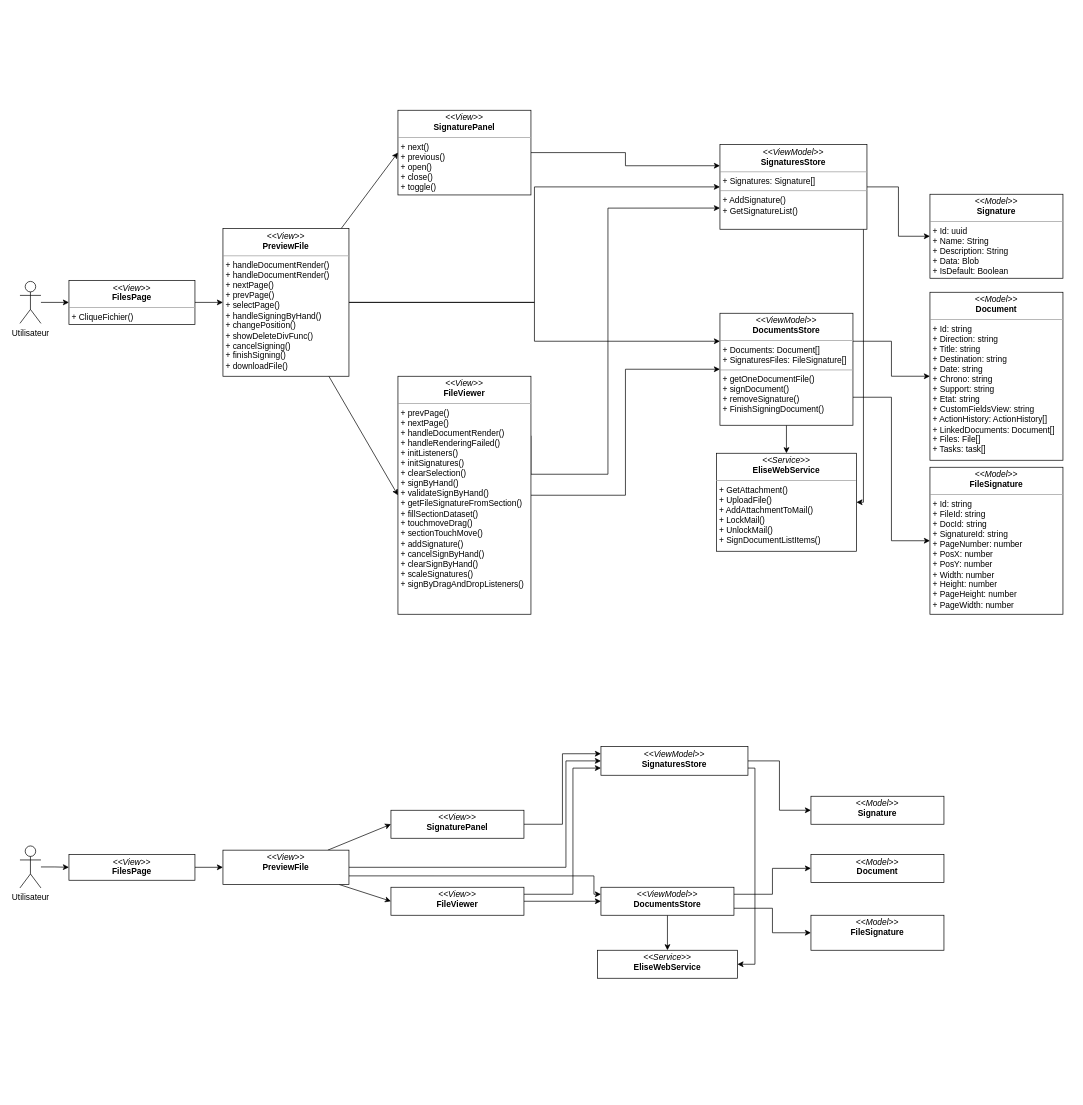
Before: dcpSprint4.drawio in PFE-Neoledge-2023/rapport, a draw.io diagram. Source tidied: cells renumbered, new cells numbered last; positions are measured from the earlier drawing's top-left corner, leaving out a move shared by most shapes. Both pictures are drawn from the tidied source at 70%, with x=0, y=0 at pixel (20, 110).
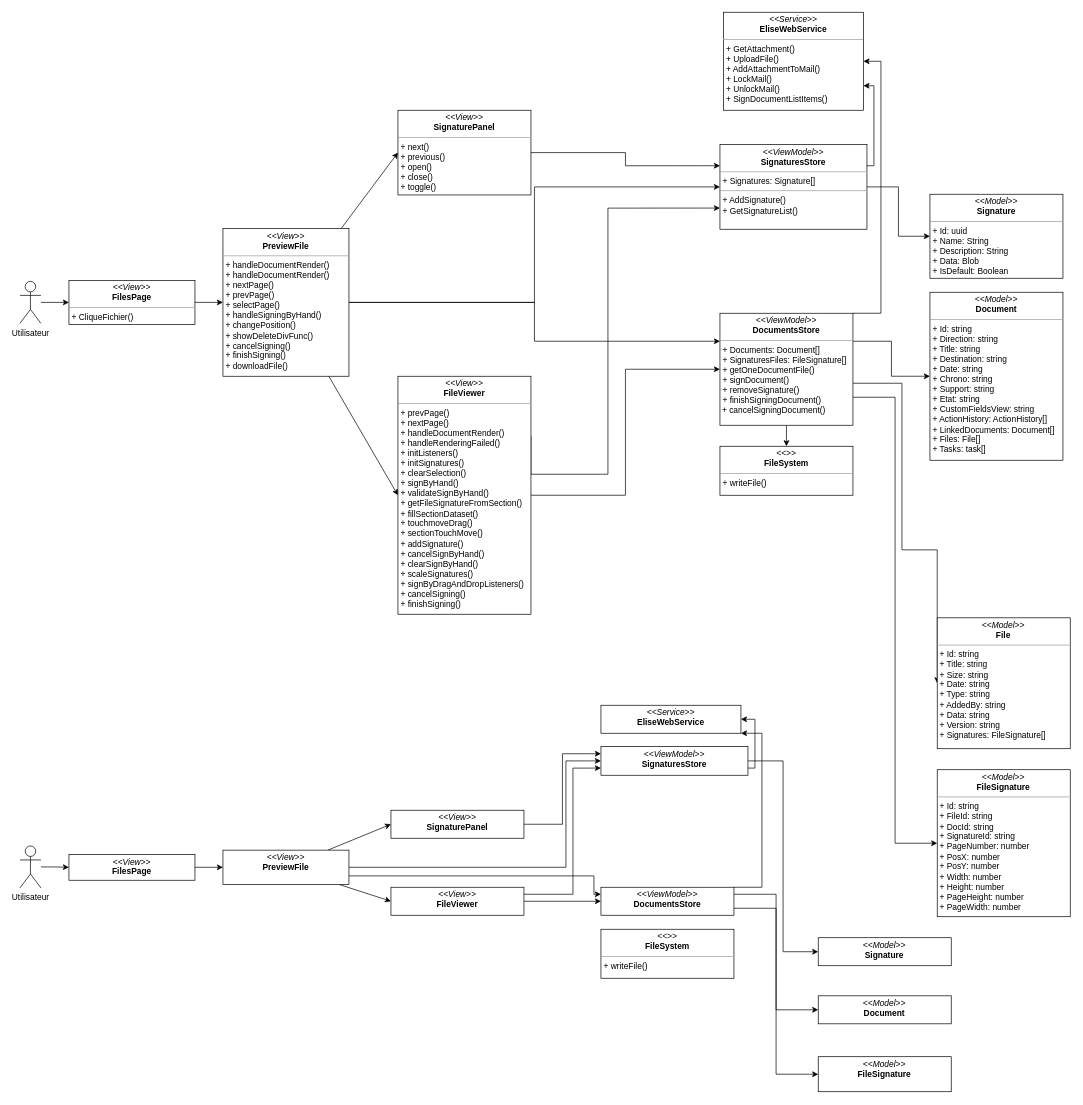
The same diagram, later.

Unchanged cells that the change refers to:
```xml
<mxCell id="24" value="&lt;p style=&quot;margin:0px;margin-top:4px;text-align:center;&quot;&gt;&lt;i&gt;&amp;lt;&amp;lt;ViewModel&amp;gt;&amp;gt;&lt;/i&gt;&lt;br&gt;&lt;b&gt;SignaturesStore&lt;/b&gt;&lt;/p&gt;&lt;hr size=&quot;1&quot;&gt;&lt;p style=&quot;margin:0px;margin-left:4px;&quot;&gt;+ Signatures: Signature[]&lt;/p&gt;&lt;hr size=&quot;1&quot;&gt;&lt;p style=&quot;margin:0px;margin-left:4px;&quot;&gt;+ A&lt;span style=&quot;background-color: initial;&quot;&gt;ddSignature()&lt;/span&gt;&lt;/p&gt;&lt;p style=&quot;margin:0px;margin-left:4px;&quot;&gt;&lt;span style=&quot;background-color: initial;&quot;&gt;+ GetSignatureList()&lt;/span&gt;&lt;br&gt;&lt;/p&gt;&lt;p style=&quot;margin:0px;margin-left:4px;&quot;&gt;&lt;br&gt;&lt;/p&gt;" style="verticalAlign=top;align=left;overflow=fill;fontSize=12;fontFamily=Helvetica;html=1;whiteSpace=wrap;" parent="1" vertex="1">
  <mxGeometry x="1000" y="49" width="210" height="121" as="geometry" />
</mxCell>
<mxCell id="34" value="&lt;p style=&quot;margin:0px;margin-top:4px;text-align:center;&quot;&gt;&lt;i&gt;&amp;lt;&amp;lt;ViewModel&amp;gt;&amp;gt;&lt;/i&gt;&lt;br&gt;&lt;b&gt;DocumentsStore&lt;/b&gt;&lt;/p&gt;&lt;div&gt;&lt;br&gt;&lt;/div&gt;" style="verticalAlign=top;align=left;overflow=fill;fontSize=12;fontFamily=Helvetica;html=1;whiteSpace=wrap;" parent="1" vertex="1">
  <mxGeometry x="830" y="1110" width="190" height="40" as="geometry" />
</mxCell>
```

Change to the diagram source:
```diff
@@
+    <mxCell id="52" style="edgeStyle=orthogonalEdgeStyle;html=1;entryX=0;entryY=0.5;entryDx=0;entryDy=0;rounded=0;" parent="1" edge="1" source="9" target="54">
+      <mxGeometry relative="1" as="geometry">
+        <Array as="points">
+          <mxPoint x="1260" y="390" />
+          <mxPoint x="1260" y="628" />
+        </Array>
+      </mxGeometry>
+    </mxCell>
-    <mxCell id="8" style="edgeStyle=orthogonalEdgeStyle;rounded=0;html=1;entryX=0.5;entryY=0;entryDx=0;entryDy=0;" parent="1" edge="1" source="9" target="26">
-      <mxGeometry relative="1" as="geometry" />
+    <mxCell id="8" style="edgeStyle=orthogonalEdgeStyle;rounded=0;html=1;exitX=1;exitY=0;exitDx=0;exitDy=0;entryX=1;entryY=0.5;entryDx=0;entryDy=0;" parent="1" edge="1" source="9" target="26">
+      <mxGeometry relative="1" as="geometry">
+        <Array as="points">
+          <mxPoint x="1230" y="290" />
+          <mxPoint x="1230" y="-70" />
+        </Array>
+      </mxGeometry>
     </mxCell>
+    <mxCell id="53" style="edgeStyle=orthogonalEdgeStyle;rounded=0;html=1;exitX=0.5;exitY=1;exitDx=0;exitDy=0;entryX=0.5;entryY=0;entryDx=0;entryDy=0;" parent="1" edge="1" source="9" target="55">
+      <mxGeometry relative="1" as="geometry" />
+    </mxCell>
-    <mxCell id="9" value="&lt;p style=&quot;margin:0px;margin-top:4px;text-align:center;&quot;&gt;&lt;i&gt;&amp;lt;&amp;lt;ViewModel&amp;gt;&amp;gt;&lt;/i&gt;&lt;br&gt;&lt;b&gt;DocumentsStore&lt;/b&gt;&lt;/p&gt;&lt;hr size=&quot;1&quot;&gt;&lt;p style=&quot;margin:0px;margin-left:4px;&quot;&gt;&lt;span style=&quot;background-color: initial;&quot;&gt;+ Documents: Document[]&lt;/span&gt;&lt;/p&gt;&lt;p style=&quot;margin:0px;margin-left:4px;&quot;&gt;&lt;span style=&quot;background-color: initial;&quot;&gt;+ SignaturesFiles: FileSignature[]&lt;/span&gt;&lt;/p&gt;&lt;hr size=&quot;1&quot;&gt;&lt;p style=&quot;margin:0px;margin-left:4px;&quot;&gt;+&amp;nbsp;&lt;span style=&quot;background-color: initial;&quot;&gt;getOneDocumentFile()&lt;/span&gt;&lt;/p&gt;&lt;p style=&quot;margin:0px;margin-left:4px;&quot;&gt;+ signDocument()&lt;/p&gt;&lt;p style=&quot;margin:0px;margin-left:4px;&quot;&gt;+ removeSignature()&lt;/p&gt;&lt;p style=&quot;margin:0px;margin-left:4px;&quot;&gt;+ FinishSigningDocument()&lt;br&gt;&lt;/p&gt;&lt;div&gt;&lt;br&gt;&lt;/div&gt;" style="verticalAlign=top;align=left;overflow=fill;fontSize=12;fontFamily=Helvetica;html=1;whiteSpace=wrap;" parent="1" vertex="1">
+    <mxCell id="9" value="&lt;p style=&quot;margin:0px;margin-top:4px;text-align:center;&quot;&gt;&lt;i&gt;&amp;lt;&amp;lt;ViewModel&amp;gt;&amp;gt;&lt;/i&gt;&lt;br&gt;&lt;b&gt;DocumentsStore&lt;/b&gt;&lt;/p&gt;&lt;hr size=&quot;1&quot;&gt;&lt;p style=&quot;margin:0px;margin-left:4px;&quot;&gt;&lt;span style=&quot;background-color: initial;&quot;&gt;+ Documents: Document[]&lt;/span&gt;&lt;/p&gt;&lt;p style=&quot;margin:0px;margin-left:4px;&quot;&gt;&lt;span style=&quot;background-color: initial;&quot;&gt;+ SignaturesFiles: FileSignature[]&lt;/span&gt;&lt;/p&gt;&lt;p style=&quot;margin:0px;margin-left:4px;&quot;&gt;+&amp;nbsp;&lt;span style=&quot;background-color: initial;&quot;&gt;getOneDocumentFile()&lt;/span&gt;&lt;/p&gt;&lt;p style=&quot;margin:0px;margin-left:4px;&quot;&gt;+ signDocument()&lt;/p&gt;&lt;p style=&quot;margin:0px;margin-left:4px;&quot;&gt;+ removeSignature()&lt;/p&gt;&lt;p style=&quot;margin:0px;margin-left:4px;&quot;&gt;+ finishSigningDocument()&lt;br&gt;&lt;/p&gt;&lt;div&gt;&amp;nbsp;+ cancelSigningDocument()&lt;br&gt;&lt;/div&gt;&lt;div&gt;&lt;br&gt;&lt;/div&gt;" style="verticalAlign=top;align=left;overflow=fill;fontSize=12;fontFamily=Helvetica;html=1;whiteSpace=wrap;" parent="1" vertex="1">
       <mxGeometry x="1000" y="290" width="190" height="160" as="geometry" />
     </mxCell>
@@
-    <mxCell id="18" value="&lt;p style=&quot;margin:0px;margin-top:4px;text-align:center;&quot;&gt;&lt;i&gt;&amp;lt;&amp;lt;View&amp;gt;&amp;gt;&lt;/i&gt;&lt;br&gt;&lt;b&gt;FileViewer&lt;/b&gt;&lt;/p&gt;&lt;hr style=&quot;border-color: var(--border-color);&quot; size=&quot;1&quot;&gt;&lt;p style=&quot;border-color: var(--border-color); margin: 0px 0px 0px 4px;&quot;&gt;&lt;span style=&quot;background-color: initial;&quot;&gt;+ prevPage()&lt;/span&gt;&lt;br&gt;&lt;/p&gt;&lt;p style=&quot;border-color: var(--border-color); margin: 0px 0px 0px 4px;&quot;&gt;+ nextPage()&lt;/p&gt;&lt;p style=&quot;border-color: var(--border-color); margin: 0px 0px 0px 4px;&quot;&gt;+ handleDocumentRender()&lt;/p&gt;&lt;p style=&quot;border-color: var(--border-color); margin: 0px 0px 0px 4px;&quot;&gt;+ handleRenderingFailed()&lt;/p&gt;&lt;p style=&quot;border-color: var(--border-color); margin: 0px 0px 0px 4px;&quot;&gt;+ initListeners()&lt;/p&gt;&lt;p style=&quot;border-color: var(--border-color); margin: 0px 0px 0px 4px;&quot;&gt;+ initSignatures()&lt;/p&gt;&lt;p style=&quot;border-color: var(--border-color); margin: 0px 0px 0px 4px;&quot;&gt;+ clearSelection()&lt;/p&gt;&lt;p style=&quot;border-color: var(--border-color); margin: 0px 0px 0px 4px;&quot;&gt;+ signByHand()&lt;/p&gt;&lt;p style=&quot;border-color: var(--border-color); margin: 0px 0px 0px 4px;&quot;&gt;+ validateSignByHand()&lt;/p&gt;&lt;p style=&quot;border-color: var(--border-color); margin: 0px 0px 0px 4px;&quot;&gt;+ getFileSignatureFromSection()&lt;/p&gt;&lt;p style=&quot;border-color: var(--border-color); margin: 0px 0px 0px 4px;&quot;&gt;+ fillSectionDataset()&lt;/p&gt;&lt;p style=&quot;border-color: var(--border-color); margin: 0px 0px 0px 4px;&quot;&gt;+ touchmoveDrag()&lt;/p&gt;&lt;p style=&quot;border-color: var(--border-color); margin: 0px 0px 0px 4px;&quot;&gt;+ sectionTouchMove()&lt;/p&gt;&lt;p style=&quot;border-color: var(--border-color); margin: 0px 0px 0px 4px;&quot;&gt;+ addSignature()&lt;/p&gt;&lt;p style=&quot;border-color: var(--border-color); margin: 0px 0px 0px 4px;&quot;&gt;+ cancelSignByHand()&lt;/p&gt;&lt;p style=&quot;border-color: var(--border-color); margin: 0px 0px 0px 4px;&quot;&gt;+ clearSignByHand()&lt;/p&gt;&lt;p style=&quot;border-color: var(--border-color); margin: 0px 0px 0px 4px;&quot;&gt;+ scaleSignatures()&lt;/p&gt;&lt;p style=&quot;border-color: var(--border-color); margin: 0px 0px 0px 4px;&quot;&gt;+ signByDragAndDropListeners()&lt;/p&gt;" style="verticalAlign=top;align=left;overflow=fill;fontSize=12;fontFamily=Helvetica;html=1;whiteSpace=wrap;" parent="1" vertex="1">
+    <mxCell id="18" value="&lt;p style=&quot;margin:0px;margin-top:4px;text-align:center;&quot;&gt;&lt;i&gt;&amp;lt;&amp;lt;View&amp;gt;&amp;gt;&lt;/i&gt;&lt;br&gt;&lt;b&gt;FileViewer&lt;/b&gt;&lt;/p&gt;&lt;hr style=&quot;border-color: var(--border-color);&quot; size=&quot;1&quot;&gt;&lt;p style=&quot;border-color: var(--border-color); margin: 0px 0px 0px 4px;&quot;&gt;&lt;span style=&quot;background-color: initial;&quot;&gt;+ prevPage()&lt;/span&gt;&lt;br&gt;&lt;/p&gt;&lt;p style=&quot;border-color: var(--border-color); margin: 0px 0px 0px 4px;&quot;&gt;+ nextPage()&lt;/p&gt;&lt;p style=&quot;border-color: var(--border-color); margin: 0px 0px 0px 4px;&quot;&gt;+ handleDocumentRender()&lt;/p&gt;&lt;p style=&quot;border-color: var(--border-color); margin: 0px 0px 0px 4px;&quot;&gt;+ handleRenderingFailed()&lt;/p&gt;&lt;p style=&quot;border-color: var(--border-color); margin: 0px 0px 0px 4px;&quot;&gt;+ initListeners()&lt;/p&gt;&lt;p style=&quot;border-color: var(--border-color); margin: 0px 0px 0px 4px;&quot;&gt;+ initSignatures()&lt;/p&gt;&lt;p style=&quot;border-color: var(--border-color); margin: 0px 0px 0px 4px;&quot;&gt;+ clearSelection()&lt;/p&gt;&lt;p style=&quot;border-color: var(--border-color); margin: 0px 0px 0px 4px;&quot;&gt;+ signByHand()&lt;/p&gt;&lt;p style=&quot;border-color: var(--border-color); margin: 0px 0px 0px 4px;&quot;&gt;+ validateSignByHand()&lt;/p&gt;&lt;p style=&quot;border-color: var(--border-color); margin: 0px 0px 0px 4px;&quot;&gt;+ getFileSignatureFromSection()&lt;/p&gt;&lt;p style=&quot;border-color: var(--border-color); margin: 0px 0px 0px 4px;&quot;&gt;+ fillSectionDataset()&lt;/p&gt;&lt;p style=&quot;border-color: var(--border-color); margin: 0px 0px 0px 4px;&quot;&gt;+ touchmoveDrag()&lt;/p&gt;&lt;p style=&quot;border-color: var(--border-color); margin: 0px 0px 0px 4px;&quot;&gt;+ sectionTouchMove()&lt;/p&gt;&lt;p style=&quot;border-color: var(--border-color); margin: 0px 0px 0px 4px;&quot;&gt;+ addSignature()&lt;/p&gt;&lt;p style=&quot;border-color: var(--border-color); margin: 0px 0px 0px 4px;&quot;&gt;+ cancelSignByHand()&lt;/p&gt;&lt;p style=&quot;border-color: var(--border-color); margin: 0px 0px 0px 4px;&quot;&gt;+ clearSignByHand()&lt;/p&gt;&lt;p style=&quot;border-color: var(--border-color); margin: 0px 0px 0px 4px;&quot;&gt;+ scaleSignatures()&lt;/p&gt;&lt;p style=&quot;border-color: var(--border-color); margin: 0px 0px 0px 4px;&quot;&gt;+ signByDragAndDropListeners()&lt;/p&gt;&lt;p style=&quot;border-color: var(--border-color); margin: 0px 0px 0px 4px;&quot;&gt;+&amp;nbsp;&lt;span style=&quot;background-color: initial;&quot;&gt;cancelSigning()&lt;/span&gt;&lt;/p&gt;&lt;p style=&quot;border-color: var(--border-color); margin: 0px 0px 0px 4px;&quot;&gt;+ finishSigning()&lt;/p&gt;" style="verticalAlign=top;align=left;overflow=fill;fontSize=12;fontFamily=Helvetica;html=1;whiteSpace=wrap;" parent="1" vertex="1">
       <mxGeometry x="540" y="380" width="190" height="340" as="geometry" />
     </mxCell>
@@
     <mxCell id="21" value="&lt;p style=&quot;margin:0px;margin-top:4px;text-align:center;&quot;&gt;&lt;i&gt;&amp;lt;&amp;lt;Model&amp;gt;&amp;gt;&lt;/i&gt;&lt;br&gt;&lt;b&gt;FileSignature&lt;/b&gt;&lt;/p&gt;&lt;hr size=&quot;1&quot;&gt;&lt;p style=&quot;margin:0px;margin-left:4px;&quot;&gt;+ Id: string&lt;/p&gt;&lt;p style=&quot;margin:0px;margin-left:4px;&quot;&gt;+ FileId: string&lt;/p&gt;&lt;p style=&quot;margin:0px;margin-left:4px;&quot;&gt;+ DocId: string&lt;/p&gt;&lt;p style=&quot;margin:0px;margin-left:4px;&quot;&gt;+ SignatureId: string&lt;/p&gt;&lt;p style=&quot;margin:0px;margin-left:4px;&quot;&gt;+ PageNumber: number&lt;/p&gt;&lt;p style=&quot;margin:0px;margin-left:4px;&quot;&gt;+ PosX: number&lt;/p&gt;&lt;p style=&quot;margin:0px;margin-left:4px;&quot;&gt;+ PosY: number&lt;/p&gt;&lt;p style=&quot;margin:0px;margin-left:4px;&quot;&gt;+ Width: number&lt;/p&gt;&lt;p style=&quot;margin:0px;margin-left:4px;&quot;&gt;+ Height: number&lt;/p&gt;&lt;p style=&quot;margin:0px;margin-left:4px;&quot;&gt;+ PageHeight: number&lt;/p&gt;&lt;p style=&quot;margin:0px;margin-left:4px;&quot;&gt;+ PageWidth: number&lt;/p&gt;" style="verticalAlign=top;align=left;overflow=fill;fontSize=12;fontFamily=Helvetica;html=1;whiteSpace=wrap;" parent="1" vertex="1">
-      <mxGeometry x="1300" y="510" width="190" height="210" as="geometry" />
+      <mxGeometry x="1310.4" y="942.1" width="190" height="210" as="geometry" />
     </mxCell>
@@
-    <mxCell id="23" style="edgeStyle=orthogonalEdgeStyle;rounded=0;html=1;entryX=1;entryY=0.5;entryDx=0;entryDy=0;" parent="1" edge="1" source="24" target="26">
-      <mxGeometry relative="1" as="geometry">
-        <Array as="points">
-          <mxPoint x="1205" y="560" />
-        </Array>
-      </mxGeometry>
+    <mxCell id="23" style="edgeStyle=orthogonalEdgeStyle;rounded=0;html=1;exitX=1;exitY=0.25;exitDx=0;exitDy=0;entryX=1;entryY=0.75;entryDx=0;entryDy=0;" parent="1" edge="1" source="24" target="26">
+      <mxGeometry relative="1" as="geometry" />
     </mxCell>
@@
     <mxCell id="26" value="&lt;p style=&quot;margin:0px;margin-top:4px;text-align:center;&quot;&gt;&lt;i&gt;&amp;lt;&amp;lt;Service&amp;gt;&amp;gt;&lt;/i&gt;&lt;br&gt;&lt;b&gt;EliseWebService&lt;/b&gt;&lt;/p&gt;&lt;hr size=&quot;1&quot;&gt;&lt;p style=&quot;margin:0px;margin-left:4px;&quot;&gt;&lt;/p&gt;&lt;p style=&quot;margin:0px;margin-left:4px;&quot;&gt;+&amp;nbsp;&lt;span style=&quot;background-color: initial;&quot;&gt;GetAttachment()&lt;/span&gt;&lt;/p&gt;&lt;p style=&quot;margin:0px;margin-left:4px;&quot;&gt;+ UploadFile()&lt;/p&gt;&lt;p style=&quot;margin:0px;margin-left:4px;&quot;&gt;+ AddAttachmentToMail()&lt;/p&gt;&lt;p style=&quot;margin:0px;margin-left:4px;&quot;&gt;+ LockMail()&lt;/p&gt;&lt;p style=&quot;margin:0px;margin-left:4px;&quot;&gt;+ UnlockMail()&lt;/p&gt;&lt;p style=&quot;margin:0px;margin-left:4px;&quot;&gt;+ SignDocumentListItems()&lt;/p&gt;" style="verticalAlign=top;align=left;overflow=fill;fontSize=12;fontFamily=Helvetica;html=1;whiteSpace=wrap;" parent="1" vertex="1">
-      <mxGeometry x="995" y="490" width="200" height="140" as="geometry" />
+      <mxGeometry x="1005" y="-140" width="200" height="140" as="geometry" />
     </mxCell>
@@
-    <mxCell id="33" style="edgeStyle=orthogonalEdgeStyle;rounded=0;html=1;entryX=0.5;entryY=0;entryDx=0;entryDy=0;" parent="1" edge="1" source="34" target="51">
-      <mxGeometry relative="1" as="geometry" />
+    <mxCell id="33" style="edgeStyle=orthogonalEdgeStyle;rounded=0;html=1;exitX=1;exitY=0;exitDx=0;exitDy=0;entryX=1;entryY=1;entryDx=0;entryDy=0;" parent="1" edge="1" source="34" target="51">
+      <mxGeometry relative="1" as="geometry">
+        <Array as="points">
+          <mxPoint x="1060" y="1110" />
+          <mxPoint x="1060" y="890" />
+        </Array>
+      </mxGeometry>
     </mxCell>
@@
     <mxCell id="35" value="&lt;p style=&quot;margin:0px;margin-top:4px;text-align:center;&quot;&gt;&lt;i&gt;&amp;lt;&amp;lt;Model&amp;gt;&amp;gt;&lt;/i&gt;&lt;br&gt;&lt;b&gt;Signature&lt;/b&gt;&lt;/p&gt;&lt;p style=&quot;margin:0px;margin-left:4px;&quot;&gt;&lt;br&gt;&lt;/p&gt;" style="verticalAlign=top;align=left;overflow=fill;fontSize=12;fontFamily=Helvetica;html=1;whiteSpace=wrap;" parent="1" vertex="1">
-      <mxGeometry x="1130" y="980" width="190" height="40" as="geometry" />
+      <mxGeometry x="1140.4" y="1182.1" width="190" height="40" as="geometry" />
     </mxCell>
@@
     <mxCell id="46" value="&lt;p style=&quot;margin:0px;margin-top:4px;text-align:center;&quot;&gt;&lt;i&gt;&amp;lt;&amp;lt;Model&amp;gt;&amp;gt;&lt;/i&gt;&lt;br&gt;&lt;b&gt;FileSignature&lt;/b&gt;&lt;/p&gt;" style="verticalAlign=top;align=left;overflow=fill;fontSize=12;fontFamily=Helvetica;html=1;whiteSpace=wrap;" parent="1" vertex="1">
-      <mxGeometry x="1130" y="1150" width="190" height="50" as="geometry" />
+      <mxGeometry x="1140.4" y="1352.1" width="190" height="50" as="geometry" />
     </mxCell>
@@
     <mxCell id="50" value="&lt;p style=&quot;margin:0px;margin-top:4px;text-align:center;&quot;&gt;&lt;i&gt;&amp;lt;&amp;lt;Model&amp;gt;&amp;gt;&lt;/i&gt;&lt;br&gt;&lt;b&gt;Document&lt;/b&gt;&lt;/p&gt;&lt;p style=&quot;margin: 0px 0px 0px 4px;&quot;&gt;&lt;br&gt;&lt;/p&gt;" style="verticalAlign=top;align=left;overflow=fill;fontSize=12;fontFamily=Helvetica;html=1;whiteSpace=wrap;" parent="1" vertex="1">
-      <mxGeometry x="1130" y="1063" width="190" height="40" as="geometry" />
+      <mxGeometry x="1140.4" y="1265.1" width="190" height="40" as="geometry" />
     </mxCell>
     <mxCell id="51" value="&lt;p style=&quot;margin:0px;margin-top:4px;text-align:center;&quot;&gt;&lt;i&gt;&amp;lt;&amp;lt;Service&amp;gt;&amp;gt;&lt;/i&gt;&lt;br&gt;&lt;b&gt;EliseWebService&lt;/b&gt;&lt;/p&gt;&lt;p style=&quot;margin:0px;margin-left:4px;&quot;&gt;&lt;br&gt;&lt;/p&gt;" style="verticalAlign=top;align=left;overflow=fill;fontSize=12;fontFamily=Helvetica;html=1;whiteSpace=wrap;" parent="1" vertex="1">
-      <mxGeometry x="825" y="1200" width="200" height="40" as="geometry" />
+      <mxGeometry x="830" y="850" width="200" height="40" as="geometry" />
     </mxCell>
+    <mxCell id="54" value="&lt;p style=&quot;margin:0px;margin-top:4px;text-align:center;&quot;&gt;&lt;i&gt;&amp;lt;&amp;lt;Model&amp;gt;&amp;gt;&lt;/i&gt;&lt;br&gt;&lt;b&gt;File&lt;/b&gt;&lt;/p&gt;&lt;hr size=&quot;1&quot;&gt;&lt;p style=&quot;margin:0px;margin-left:4px;&quot;&gt;+ Id: string&lt;/p&gt;&lt;p style=&quot;margin:0px;margin-left:4px;&quot;&gt;+ Title: string&lt;/p&gt;&lt;p style=&quot;margin:0px;margin-left:4px;&quot;&gt;+ Size: string&lt;/p&gt;&lt;p style=&quot;margin:0px;margin-left:4px;&quot;&gt;+ Date: string&lt;/p&gt;&lt;p style=&quot;margin:0px;margin-left:4px;&quot;&gt;+ Type: string&lt;/p&gt;&lt;p style=&quot;margin:0px;margin-left:4px;&quot;&gt;+ AddedBy: string&lt;/p&gt;&lt;p style=&quot;margin:0px;margin-left:4px;&quot;&gt;+ Data: string&lt;/p&gt;&lt;p style=&quot;margin:0px;margin-left:4px;&quot;&gt;+ Version: string&lt;/p&gt;&lt;p style=&quot;margin:0px;margin-left:4px;&quot;&gt;+ Signatures: FileSignature[]&lt;/p&gt;" style="verticalAlign=top;align=left;overflow=fill;fontSize=12;fontFamily=Helvetica;html=1;whiteSpace=wrap;" parent="1" vertex="1">
+      <mxGeometry x="1310.4" y="725.1" width="190" height="187" as="geometry" />
+    </mxCell>
+    <mxCell id="55" value="&lt;p style=&quot;margin:0px;margin-top:4px;text-align:center;&quot;&gt;&lt;i&gt;&amp;lt;&amp;lt;&amp;gt;&amp;gt;&lt;/i&gt;&lt;br&gt;&lt;b&gt;FileSystem&lt;/b&gt;&lt;/p&gt;&lt;hr size=&quot;1&quot;&gt;&lt;p style=&quot;margin:0px;margin-left:4px;&quot;&gt;&lt;span style=&quot;background-color: initial;&quot;&gt;+ writeFile()&lt;/span&gt;&lt;/p&gt;" style="verticalAlign=top;align=left;overflow=fill;fontSize=12;fontFamily=Helvetica;html=1;whiteSpace=wrap;" parent="1" vertex="1">
+      <mxGeometry x="1000" y="480" width="190" height="70" as="geometry" />
+    </mxCell>
+    <mxCell id="56" value="&lt;p style=&quot;margin:0px;margin-top:4px;text-align:center;&quot;&gt;&lt;i&gt;&amp;lt;&amp;lt;&amp;gt;&amp;gt;&lt;/i&gt;&lt;br&gt;&lt;b&gt;FileSystem&lt;/b&gt;&lt;/p&gt;&lt;hr size=&quot;1&quot;&gt;&lt;p style=&quot;margin:0px;margin-left:4px;&quot;&gt;&lt;span style=&quot;background-color: initial;&quot;&gt;+ writeFile()&lt;/span&gt;&lt;/p&gt;" style="verticalAlign=top;align=left;overflow=fill;fontSize=12;fontFamily=Helvetica;html=1;whiteSpace=wrap;" parent="1" vertex="1">
+      <mxGeometry x="830" y="1170" width="190" height="70" as="geometry" />
+    </mxCell>
```
